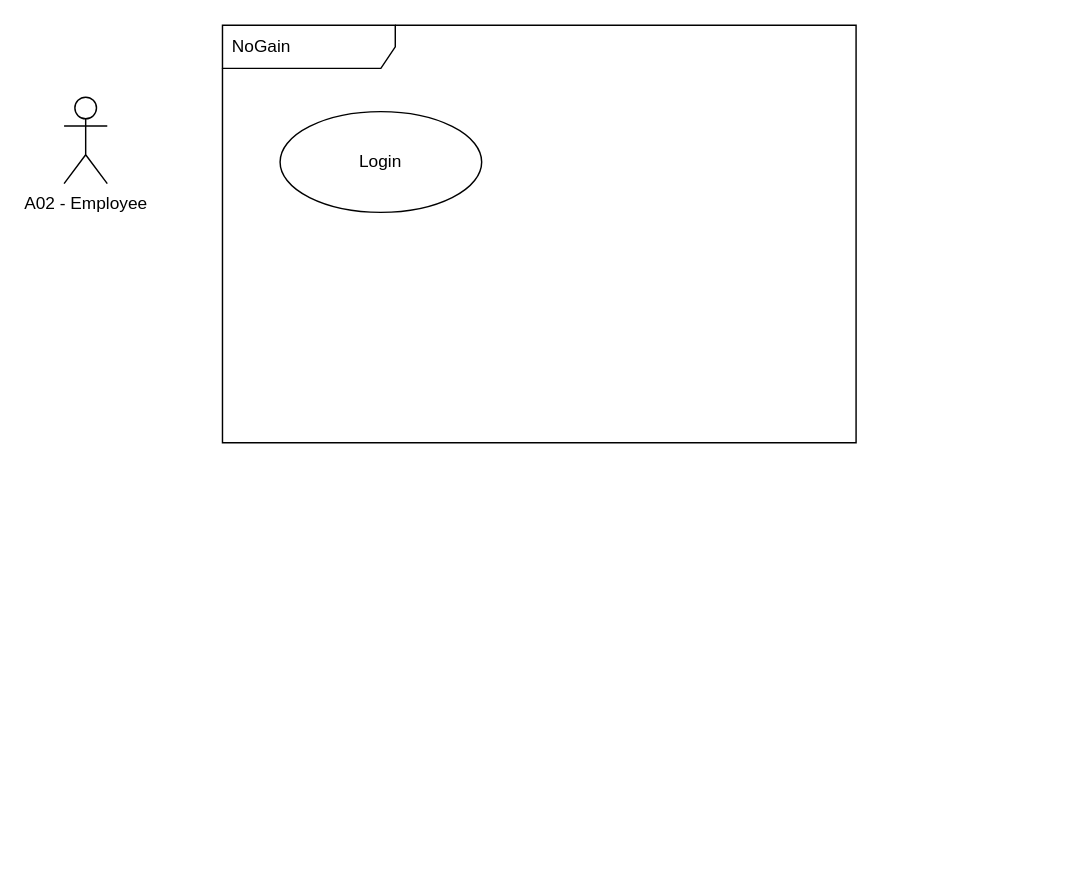
Before: diagram/employee/useCase.drawio in bosshentai/tccCode, a draw.io diagram. Source tidied: cells renumbered, new cells numbered last; positions are measured from the earlier drawing's top-left corner, leaving out a move shared by most shapes. Both pictures are drawn from the tidied source at 144%, with x=0, y=0 at pixel (63, 24).
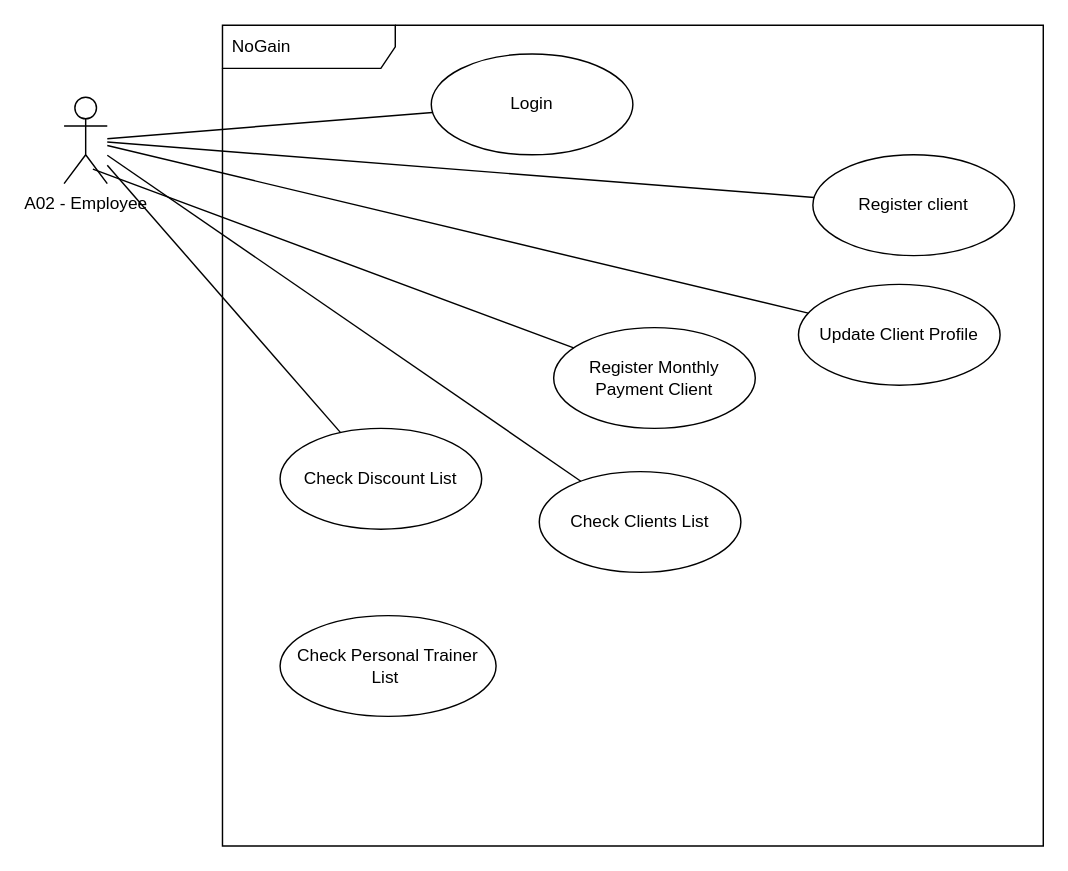
After the change.

The edit, as a diff of the source:
```diff
@@
 <mxGraphModel>
   <root>
     <mxCell id="0" />
     <mxCell id="1" parent="0" />
     <mxCell id="2" value="A02 - Employee" style="shape=umlActor;verticalLabelPosition=bottom;verticalAlign=top;html=1;" parent="1" vertex="1">
       <mxGeometry y="50" width="30" height="60" as="geometry" />
     </mxCell>
     <mxCell id="3" value="NoGain" style="shape=umlFrame;whiteSpace=wrap;html=1;width=120;height=30;boundedLbl=1;verticalAlign=middle;align=left;spacingLeft=5;" parent="1" vertex="1">
-      <mxGeometry x="110" width="440" height="290" as="geometry" />
+      <mxGeometry x="110" width="570" height="570" as="geometry" />
     </mxCell>
     <mxCell id="4" value="Login" style="ellipse;whiteSpace=wrap;html=1;" parent="1" vertex="1">
-      <mxGeometry x="150" y="60" width="140" height="70" as="geometry" />
+      <mxGeometry x="255" y="20" width="140" height="70" as="geometry" />
     </mxCell>
+    <mxCell id="5" value="Register client" style="ellipse;whiteSpace=wrap;html=1;" parent="1" vertex="1">
+      <mxGeometry x="520" y="90" width="140" height="70" as="geometry" />
+    </mxCell>
+    <mxCell id="6" value="Update Client Profile" style="ellipse;whiteSpace=wrap;html=1;" parent="1" vertex="1">
+      <mxGeometry x="510" y="180" width="140" height="70" as="geometry" />
+    </mxCell>
+    <mxCell id="7" value="Register Monthly&lt;br&gt;Payment Client" style="ellipse;whiteSpace=wrap;html=1;" parent="1" vertex="1">
+      <mxGeometry x="340" y="210" width="140" height="70" as="geometry" />
+    </mxCell>
+    <mxCell id="8" value="Check Clients List" style="ellipse;whiteSpace=wrap;html=1;" parent="1" vertex="1">
+      <mxGeometry x="330" y="310" width="140" height="70" as="geometry" />
+    </mxCell>
+    <mxCell id="9" value="&lt;div&gt;&lt;span&gt;Check Personal Trainer List&amp;nbsp;&lt;/span&gt;&lt;/div&gt;" style="ellipse;whiteSpace=wrap;html=1;align=center;" parent="1" vertex="1">
+      <mxGeometry x="150" y="410" width="150" height="70" as="geometry" />
+    </mxCell>
+    <mxCell id="10" value="Check Discount List" style="ellipse;whiteSpace=wrap;html=1;" parent="1" vertex="1">
+      <mxGeometry x="150" y="280" width="140" height="70" as="geometry" />
+    </mxCell>
+    <mxCell id="11" style="endArrow=none;html=1;" parent="1" edge="1" source="2" target="4">
+      <mxGeometry relative="1" as="geometry" />
+    </mxCell>
+    <mxCell id="12" style="endArrow=none;html=1;" parent="1" edge="1" source="2" target="5">
+      <mxGeometry relative="1" as="geometry" />
+    </mxCell>
+    <mxCell id="13" style="endArrow=none;html=1;" parent="1" edge="1" source="2" target="8">
+      <mxGeometry relative="1" as="geometry" />
+    </mxCell>
+    <mxCell id="14" style="endArrow=none;html=1;exitX=0.667;exitY=0.833;exitDx=0;exitDy=0;exitPerimeter=0;" parent="1" edge="1" source="2" target="7">
+      <mxGeometry relative="1" as="geometry" />
+    </mxCell>
+    <mxCell id="15" style="endArrow=none;html=1;" parent="1" edge="1" source="6" target="2">
+      <mxGeometry relative="1" as="geometry" />
+    </mxCell>
+    <mxCell id="16" style="endArrow=none;html=1;" parent="1" edge="1" source="2" target="10">
+      <mxGeometry relative="1" as="geometry" />
+    </mxCell>
   </root>
 </mxGraphModel>
```
